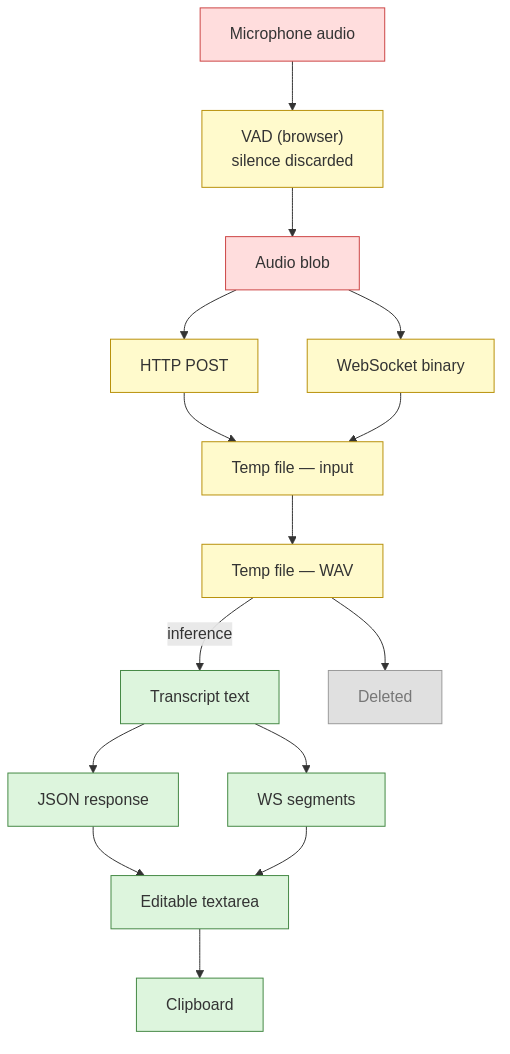
JohnYanez95/voice-scribe keeps this Mermaid diagram as docs/v2/presentation/images/privacy-data-flow.png. Above is the earlier version. Its source is kept beside it as docs/diagrams/privacy-data-flow.mmd.
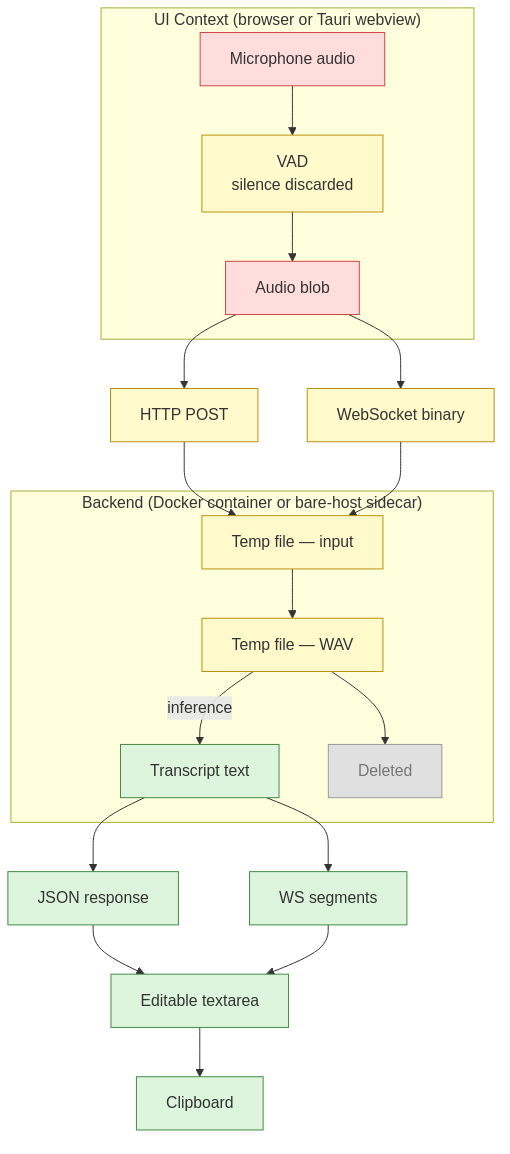
Above is the later version.

Diff of the diagram source:
```diff
@@ -1,18 +1,26 @@
 flowchart TD
-    mic["Microphone audio"]
-    blob["Audio blob"]
+    subgraph ui ["UI Context (browser or Tauri webview)"]
+        mic["Microphone audio"]
+        vad["VAD<br/>silence discarded"]
+        blob["Audio blob"]
+        mic --> vad --> blob
+    end
 
-    mic --> vad["VAD (browser)<br/>silence discarded"]
-    vad --> blob
     blob --> http["HTTP POST"]
     blob --> wsIn["WebSocket binary"]
 
-    http --> tmp1["Temp file — input"]
+    subgraph backend ["Backend (Docker container or bare-host sidecar)"]
+        tmp1["Temp file — input"]
+        tmp2["Temp file — WAV"]
+        txt["Transcript text"]
+        del["Deleted"]
+        tmp1 --> tmp2
+        tmp2 -- inference --> txt
+        tmp2 --> del
+    end
+
+    http --> tmp1
     wsIn --> tmp1
-
-    tmp1 --> tmp2["Temp file — WAV"]
-    tmp2 -- inference --> txt["Transcript text"]
-    tmp2 --> del["Deleted"]
 
     txt --> resp["JSON response"]
     txt --> wsOut["WS segments"]
```
